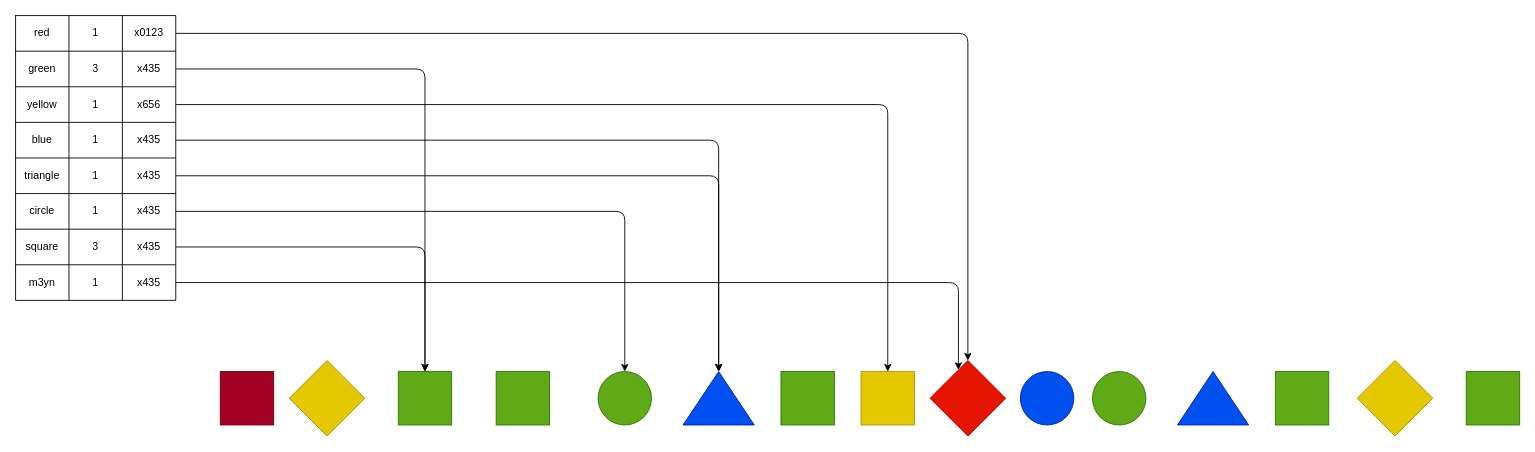
Before: docs/diagrams/walkthrouExamleDeleteAfterShift.drawio in AbderrahimeEl/Tetris, a draw.io diagram. Source tidied: cells renumbered, new cells numbered last; positions are measured from the earlier drawing's top-left corner, leaving out a move shared by most shapes. Both pictures are drawn from the tidied source at 89%, with x=0, y=0 at pixel (15, 15).
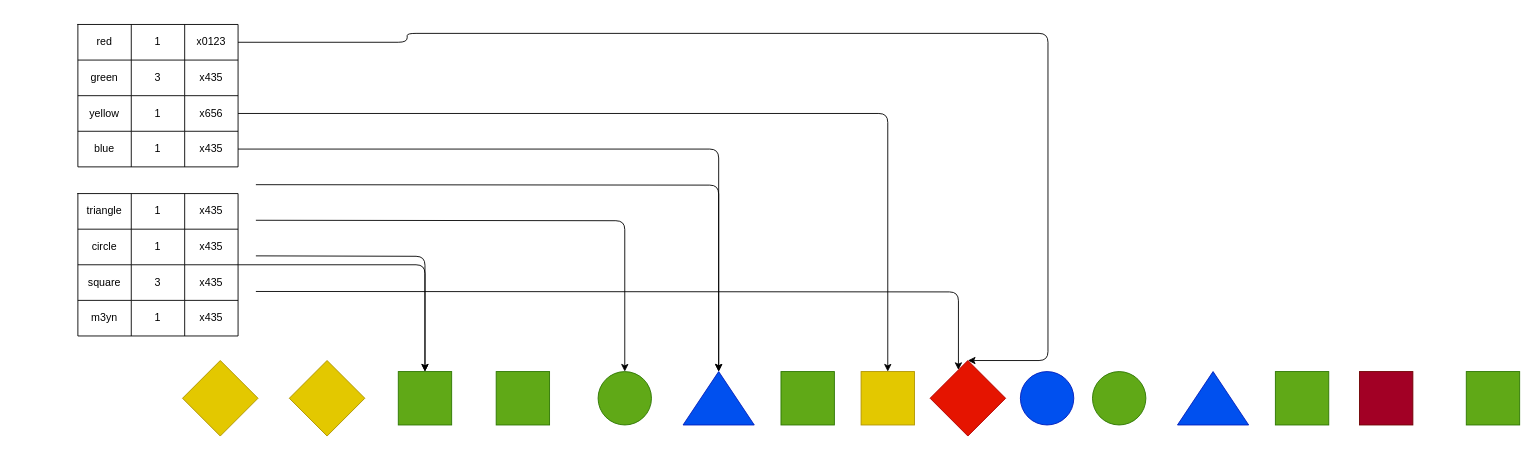
After the change.

The change refers to these unchanged cells:
```xml
<mxCell id="3" style="shape=tableRow;horizontal=0;startSize=0;swimlaneHead=0;swimlaneBody=0;top=0;left=0;bottom=0;right=0;fillColor=none;points=[[0,0.5],[1,0.5]];portConstraint=eastwest;" parent="2" vertex="1">
  <mxGeometry width="180" height="40" as="geometry" />
</mxCell>
<mxCell id="7" style="shape=tableRow;horizontal=0;startSize=0;swimlaneHead=0;swimlaneBody=0;top=0;left=0;bottom=0;right=0;fillColor=none;points=[[0,0.5],[1,0.5]];portConstraint=eastwest;" parent="2" vertex="1">
  <mxGeometry y="40" width="180" height="40" as="geometry" />
</mxCell>
<mxCell id="36" style="rounded=0;whiteSpace=wrap;html=1;fillColor=#60a917;fontColor=#ffffff;strokeColor=#2D7600;" parent="1" vertex="1">
  <mxGeometry x="430" y="400" width="60" height="60" as="geometry" />
</mxCell>
<mxCell id="38" style="triangle;whiteSpace=wrap;html=1;rotation=-90;fillColor=#0050ef;fontColor=#ffffff;strokeColor=#001DBC;" parent="1" vertex="1">
  <mxGeometry x="760" y="390" width="60" height="80" as="geometry" />
</mxCell>
<mxCell id="40" style="ellipse;whiteSpace=wrap;html=1;fillColor=#60a917;fontColor=#ffffff;strokeColor=#2D7600;" parent="1" vertex="1">
  <mxGeometry x="654.5" y="400" width="60" height="60" as="geometry" />
</mxCell>
<mxCell id="51" style="rounded=0;whiteSpace=wrap;html=1;fillColor=#e51400;fontColor=#ffffff;strokeColor=#B20000;rotation=-45;" parent="1" vertex="1">
  <mxGeometry x="1040" y="400" width="60" height="60" as="geometry" />
</mxCell>
```

Change to the diagram source:
```diff
@@
     <mxCell id="2" style="shape=table;html=1;whiteSpace=wrap;startSize=0;childLayout=tableLayout;" parent="1" vertex="1">
-      <mxGeometry width="180" height="320" as="geometry" />
+      <mxGeometry x="70" y="10" width="180" height="160" as="geometry" />
     </mxCell>
@@
-    <mxCell id="19" style="shape=tableRow;horizontal=0;startSize=0;swimlaneHead=0;swimlaneBody=0;top=0;left=0;bottom=0;right=0;fillColor=none;points=[[0,0.5],[1,0.5]];portConstraint=eastwest;" parent="2" vertex="1">
-      <mxGeometry y="160" width="180" height="40" as="geometry" />
-    </mxCell>
-    <mxCell id="20" value="triangle" style="shape=partialRectangle;html=1;whiteSpace=wrap;fillColor=none;top=0;left=0;bottom=0;right=0;overflow=hidden;" parent="19" vertex="1">
-      <mxGeometry width="60" height="40" as="geometry" />
-    </mxCell>
-    <mxCell id="21" value="1" style="shape=partialRectangle;html=1;whiteSpace=wrap;fillColor=none;top=0;left=0;bottom=0;right=0;overflow=hidden;" parent="19" vertex="1">
-      <mxGeometry x="60" width="60" height="40" as="geometry" />
-    </mxCell>
-    <mxCell id="22" value="x435" style="shape=partialRectangle;html=1;whiteSpace=wrap;fillColor=none;top=0;left=0;bottom=0;right=0;overflow=hidden;" parent="19" vertex="1">
-      <mxGeometry x="120" width="60" height="40" as="geometry" />
-    </mxCell>
-    <mxCell id="23" style="shape=tableRow;horizontal=0;startSize=0;swimlaneHead=0;swimlaneBody=0;top=0;left=0;bottom=0;right=0;fillColor=none;points=[[0,0.5],[1,0.5]];portConstraint=eastwest;" parent="2" vertex="1">
-      <mxGeometry y="200" width="180" height="40" as="geometry" />
-    </mxCell>
-    <mxCell id="24" value="circle" style="shape=partialRectangle;html=1;whiteSpace=wrap;fillColor=none;top=0;left=0;bottom=0;right=0;overflow=hidden;" parent="23" vertex="1">
-      <mxGeometry width="60" height="40" as="geometry" />
-    </mxCell>
-    <mxCell id="25" value="1" style="shape=partialRectangle;html=1;whiteSpace=wrap;fillColor=none;top=0;left=0;bottom=0;right=0;overflow=hidden;" parent="23" vertex="1">
-      <mxGeometry x="60" width="60" height="40" as="geometry" />
-    </mxCell>
-    <mxCell id="26" value="x435" style="shape=partialRectangle;html=1;whiteSpace=wrap;fillColor=none;top=0;left=0;bottom=0;right=0;overflow=hidden;" parent="23" vertex="1">
-      <mxGeometry x="120" width="60" height="40" as="geometry" />
-    </mxCell>
-    <mxCell id="27" style="shape=tableRow;horizontal=0;startSize=0;swimlaneHead=0;swimlaneBody=0;top=0;left=0;bottom=0;right=0;fillColor=none;points=[[0,0.5],[1,0.5]];portConstraint=eastwest;" parent="2" vertex="1">
-      <mxGeometry y="240" width="180" height="40" as="geometry" />
-    </mxCell>
-    <mxCell id="28" value="square" style="shape=partialRectangle;html=1;whiteSpace=wrap;fillColor=none;top=0;left=0;bottom=0;right=0;overflow=hidden;" parent="27" vertex="1">
-      <mxGeometry width="60" height="40" as="geometry" />
-    </mxCell>
-    <mxCell id="29" value="3" style="shape=partialRectangle;html=1;whiteSpace=wrap;fillColor=none;top=0;left=0;bottom=0;right=0;overflow=hidden;" parent="27" vertex="1">
-      <mxGeometry x="60" width="60" height="40" as="geometry" />
-    </mxCell>
-    <mxCell id="30" value="x435" style="shape=partialRectangle;html=1;whiteSpace=wrap;fillColor=none;top=0;left=0;bottom=0;right=0;overflow=hidden;" parent="27" vertex="1">
-      <mxGeometry x="120" width="60" height="40" as="geometry" />
-    </mxCell>
-    <mxCell id="31" style="shape=tableRow;horizontal=0;startSize=0;swimlaneHead=0;swimlaneBody=0;top=0;left=0;bottom=0;right=0;fillColor=none;points=[[0,0.5],[1,0.5]];portConstraint=eastwest;" parent="2" vertex="1">
-      <mxGeometry y="280" width="180" height="40" as="geometry" />
-    </mxCell>
-    <mxCell id="32" value="m3yn" style="shape=partialRectangle;html=1;whiteSpace=wrap;fillColor=none;top=0;left=0;bottom=0;right=0;overflow=hidden;" parent="31" vertex="1">
-      <mxGeometry width="60" height="40" as="geometry" />
-    </mxCell>
-    <mxCell id="33" value="1" style="shape=partialRectangle;html=1;whiteSpace=wrap;fillColor=none;top=0;left=0;bottom=0;right=0;overflow=hidden;" parent="31" vertex="1">
-      <mxGeometry x="60" width="60" height="40" as="geometry" />
-    </mxCell>
-    <mxCell id="34" value="x435" style="shape=partialRectangle;html=1;whiteSpace=wrap;fillColor=none;top=0;left=0;bottom=0;right=0;overflow=hidden;" parent="31" vertex="1">
-      <mxGeometry x="120" width="60" height="40" as="geometry" />
-    </mxCell>
     <mxCell id="35" style="rounded=0;whiteSpace=wrap;html=1;fillColor=#a20025;fontColor=#ffffff;strokeColor=#6F0000;" parent="1" vertex="1">
-      <mxGeometry x="230" y="400" width="60" height="60" as="geometry" />
+      <mxGeometry x="1510" y="400" width="60" height="60" as="geometry" />
     </mxCell>
@@
     <mxCell id="41" style="edgeStyle=orthogonalEdgeStyle;html=1;exitX=1;exitY=0.5;exitDx=0;exitDy=0;entryX=1;entryY=0;entryDx=0;entryDy=0;" parent="1" edge="1" source="3" target="51">
       <mxGeometry relative="1" as="geometry">
         <Array as="points">
-          <mxPoint x="1070" y="20" />
+          <mxPoint x="440" y="30" />
+          <mxPoint x="440" y="20" />
+          <mxPoint x="1160" y="20" />
+          <mxPoint x="1160" y="388" />
         </Array>
       </mxGeometry>
     </mxCell>
-    <mxCell id="42" style="edgeStyle=orthogonalEdgeStyle;html=1;entryX=0.5;entryY=0;entryDx=0;entryDy=0;" parent="1" edge="1" source="7" target="36">
+    <mxCell id="42" style="edgeStyle=orthogonalEdgeStyle;html=1;entryX=0.5;entryY=0;entryDx=0;entryDy=0;startArrow=none;" parent="1" edge="1" source="58" target="36">
       <mxGeometry relative="1" as="geometry" />
     </mxCell>
@@
-    <mxCell id="46" style="edgeStyle=orthogonalEdgeStyle;html=1;entryX=1;entryY=0.5;entryDx=0;entryDy=0;" parent="1" edge="1" source="19" target="38">
-      <mxGeometry relative="1" as="geometry" />
+    <mxCell id="46" style="edgeStyle=orthogonalEdgeStyle;html=1;entryX=1;entryY=0.5;entryDx=0;entryDy=0;" parent="1" edge="1" target="38">
+      <mxGeometry relative="1" as="geometry">
+        <mxPoint x="270" y="190" as="sourcePoint" />
+      </mxGeometry>
     </mxCell>
-    <mxCell id="47" style="edgeStyle=orthogonalEdgeStyle;html=1;entryX=0.5;entryY=0;entryDx=0;entryDy=0;" parent="1" edge="1" source="23" target="40">
-      <mxGeometry relative="1" as="geometry" />
+    <mxCell id="47" style="edgeStyle=orthogonalEdgeStyle;html=1;entryX=0.5;entryY=0;entryDx=0;entryDy=0;" parent="1" edge="1" target="40">
+      <mxGeometry relative="1" as="geometry">
+        <mxPoint x="270" y="230" as="sourcePoint" />
+      </mxGeometry>
     </mxCell>
-    <mxCell id="48" style="edgeStyle=orthogonalEdgeStyle;html=1;entryX=0.5;entryY=0;entryDx=0;entryDy=0;" parent="1" edge="1" source="27" target="36">
-      <mxGeometry relative="1" as="geometry" />
+    <mxCell id="48" style="edgeStyle=orthogonalEdgeStyle;html=1;entryX=0.5;entryY=0;entryDx=0;entryDy=0;" parent="1" edge="1" target="36">
+      <mxGeometry relative="1" as="geometry">
+        <mxPoint x="270" y="270" as="sourcePoint" />
+      </mxGeometry>
     </mxCell>
-    <mxCell id="49" style="edgeStyle=orthogonalEdgeStyle;html=1;entryX=0.75;entryY=0;entryDx=0;entryDy=0;" parent="1" edge="1" source="31" target="51">
-      <mxGeometry relative="1" as="geometry" />
+    <mxCell id="49" style="edgeStyle=orthogonalEdgeStyle;html=1;entryX=0.75;entryY=0;entryDx=0;entryDy=0;" parent="1" edge="1" target="51">
+      <mxGeometry relative="1" as="geometry">
+        <mxPoint x="270" y="310" as="sourcePoint" />
+      </mxGeometry>
     </mxCell>
@@
     <mxCell id="57" style="rounded=0;whiteSpace=wrap;html=1;fillColor=#e3c800;fontColor=#000000;strokeColor=#B09500;rotation=-45;" parent="1" vertex="1">
-      <mxGeometry x="1520" y="400" width="60" height="60" as="geometry" />
+      <mxGeometry x="200" y="400" width="60" height="60" as="geometry" />
     </mxCell>
+    <mxCell id="58" style="shape=table;html=1;whiteSpace=wrap;startSize=0;childLayout=tableLayout;" parent="1" vertex="1">
+      <mxGeometry x="70" y="200" width="180" height="160" as="geometry" />
+    </mxCell>
+    <mxCell id="59" style="shape=tableRow;horizontal=0;startSize=0;swimlaneHead=0;swimlaneBody=0;top=0;left=0;bottom=0;right=0;fillColor=none;" parent="58" vertex="1">
+      <mxGeometry width="180" height="40" as="geometry" />
+    </mxCell>
+    <mxCell id="20" value="triangle" style="shape=partialRectangle;html=1;whiteSpace=wrap;fillColor=none;top=0;left=0;bottom=0;right=0;overflow=hidden;" parent="59" vertex="1">
+      <mxGeometry width="60" height="40" as="geometry" />
+    </mxCell>
+    <mxCell id="60" value="1" style="shape=partialRectangle;html=1;whiteSpace=wrap;fillColor=none;top=0;left=0;bottom=0;right=0;overflow=hidden;" parent="59" vertex="1">
+      <mxGeometry x="60" width="60" height="40" as="geometry" />
+    </mxCell>
+    <mxCell id="61" value="x435" style="shape=partialRectangle;html=1;whiteSpace=wrap;fillColor=none;top=0;left=0;bottom=0;right=0;overflow=hidden;" parent="59" vertex="1">
+      <mxGeometry x="120" width="60" height="40" as="geometry" />
+    </mxCell>
+    <mxCell id="62" style="shape=tableRow;horizontal=0;startSize=0;swimlaneHead=0;swimlaneBody=0;top=0;left=0;bottom=0;right=0;fillColor=none;" parent="58" vertex="1">
+      <mxGeometry y="40" width="180" height="40" as="geometry" />
+    </mxCell>
+    <mxCell id="24" value="circle" style="shape=partialRectangle;html=1;whiteSpace=wrap;fillColor=none;top=0;left=0;bottom=0;right=0;overflow=hidden;" parent="62" vertex="1">
+      <mxGeometry width="60" height="40" as="geometry" />
+    </mxCell>
+    <mxCell id="63" value="1" style="shape=partialRectangle;html=1;whiteSpace=wrap;fillColor=none;top=0;left=0;bottom=0;right=0;overflow=hidden;" parent="62" vertex="1">
+      <mxGeometry x="60" width="60" height="40" as="geometry" />
+    </mxCell>
+    <mxCell id="64" value="x435" style="shape=partialRectangle;html=1;whiteSpace=wrap;fillColor=none;top=0;left=0;bottom=0;right=0;overflow=hidden;" parent="62" vertex="1">
+      <mxGeometry x="120" width="60" height="40" as="geometry" />
+    </mxCell>
+    <mxCell id="65" style="shape=tableRow;horizontal=0;startSize=0;swimlaneHead=0;swimlaneBody=0;top=0;left=0;bottom=0;right=0;fillColor=none;" parent="58" vertex="1">
+      <mxGeometry y="80" width="180" height="40" as="geometry" />
+    </mxCell>
+    <mxCell id="28" value="square" style="shape=partialRectangle;html=1;whiteSpace=wrap;fillColor=none;top=0;left=0;bottom=0;right=0;overflow=hidden;" parent="65" vertex="1">
+      <mxGeometry width="60" height="40" as="geometry" />
+    </mxCell>
+    <mxCell id="29" value="3" style="shape=partialRectangle;html=1;whiteSpace=wrap;fillColor=none;top=0;left=0;bottom=0;right=0;overflow=hidden;" parent="65" vertex="1">
+      <mxGeometry x="60" width="60" height="40" as="geometry" />
+    </mxCell>
+    <mxCell id="66" value="x435" style="shape=partialRectangle;html=1;whiteSpace=wrap;fillColor=none;top=0;left=0;bottom=0;right=0;overflow=hidden;" parent="65" vertex="1">
+      <mxGeometry x="120" width="60" height="40" as="geometry" />
+    </mxCell>
+    <mxCell id="67" style="shape=tableRow;horizontal=0;startSize=0;swimlaneHead=0;swimlaneBody=0;top=0;left=0;bottom=0;right=0;fillColor=none;" parent="58" vertex="1">
+      <mxGeometry y="120" width="180" height="40" as="geometry" />
+    </mxCell>
+    <mxCell id="32" value="m3yn" style="shape=partialRectangle;html=1;whiteSpace=wrap;fillColor=none;top=0;left=0;bottom=0;right=0;overflow=hidden;" parent="67" vertex="1">
+      <mxGeometry width="60" height="40" as="geometry" />
+    </mxCell>
+    <mxCell id="68" value="1" style="shape=partialRectangle;html=1;whiteSpace=wrap;fillColor=none;top=0;left=0;bottom=0;right=0;overflow=hidden;" parent="67" vertex="1">
+      <mxGeometry x="60" width="60" height="40" as="geometry" />
+    </mxCell>
+    <mxCell id="69" value="x435" style="shape=partialRectangle;html=1;whiteSpace=wrap;fillColor=none;top=0;left=0;bottom=0;right=0;overflow=hidden;" parent="67" vertex="1">
+      <mxGeometry x="120" width="60" height="40" as="geometry" />
+    </mxCell>
```
